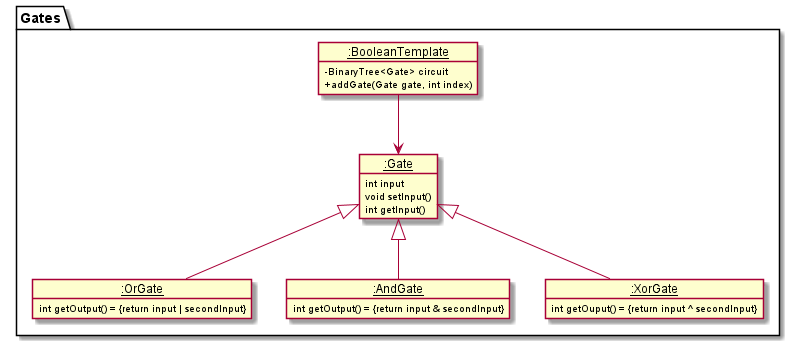
This is docs/diagrams/AddBooleanCommandObjectDiagram.png from sevenseasofbri/tp, a PlantUML export, as it was before one commit.
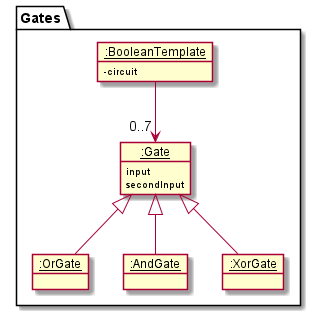
After the change.

Change to the diagram source:
```diff
@@ -1,35 +1,30 @@
 @startuml
 !include style.puml
 package Gates {
-    object "__:BooleanTemplate__" as State1
-    object "__:OrGate__" as State2
-    object "__:AndGate__" as State3
-    object “__:XorGate__" as State4
-    object “__:Gate__" as State5
+    object "__:BooleanTemplate__" as Bool
+    object "__:OrGate__" as Or
+    object "__:AndGate__" as And
+    object “__:XorGate__" as Xor
+    object “__:Gate__" as Gate
 
 }
-object State1 {
-    - BinaryTree<Gate> circuit
-    + addGate(Gate gate, int index)
+object Bool {
+    -circuit
 }
-object State2 {
-    int getOutput() = {return input | secondInput}
+object Or {
 }
-object State3 {
-   int getOutput() = {return input & secondInput}
+object And {
 }
-object State4 {
-   int getOuput() = {return input ^ secondInput}
+object Xor {
 }
 
-object State5 {
-   int input
-   void setInput()
-   int getInput()
+object Gate {
+    input
+    secondInput
 }
 
-State1 --> State5
-State5 <|-- State3
-State5 <|-- State4
-State5 <|-- State2
+Bool --> "0..7" Gate
+Gate <|-- And
+Gate <|-- Xor
+Gate <|-- Or
 @enduml
```
